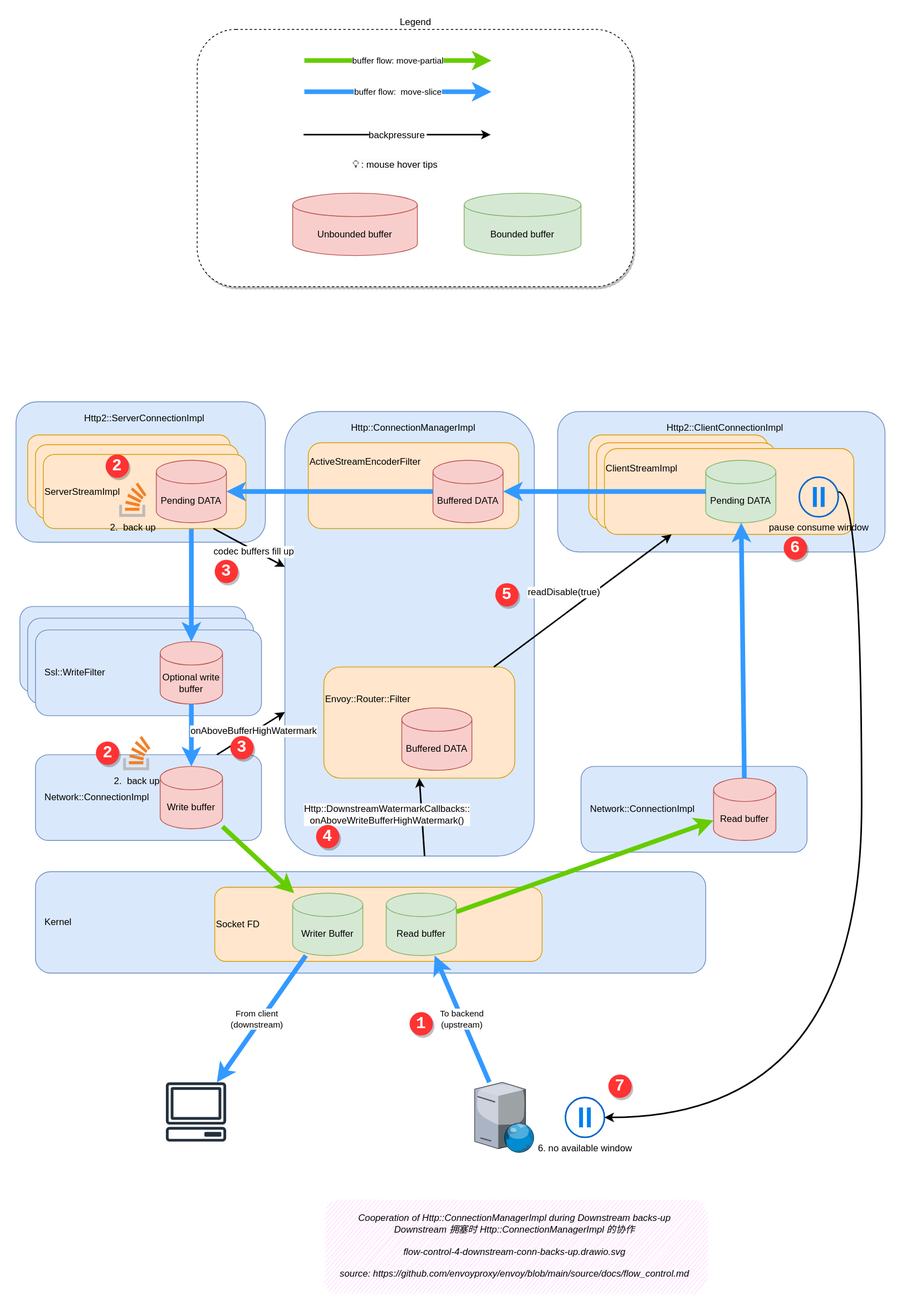
labilezhu/istio-insider keeps this draw.io diagram as docs/source/ch2-envoy/arch/flow-control/flow-control-4-downstream-conn-backs-up.drawio.svg. Above is the earlier version. Source tidied: cells renumbered, new cells last; positions are measured from the earlier drawing's top-left corner, leaving out a move shared by most shapes.
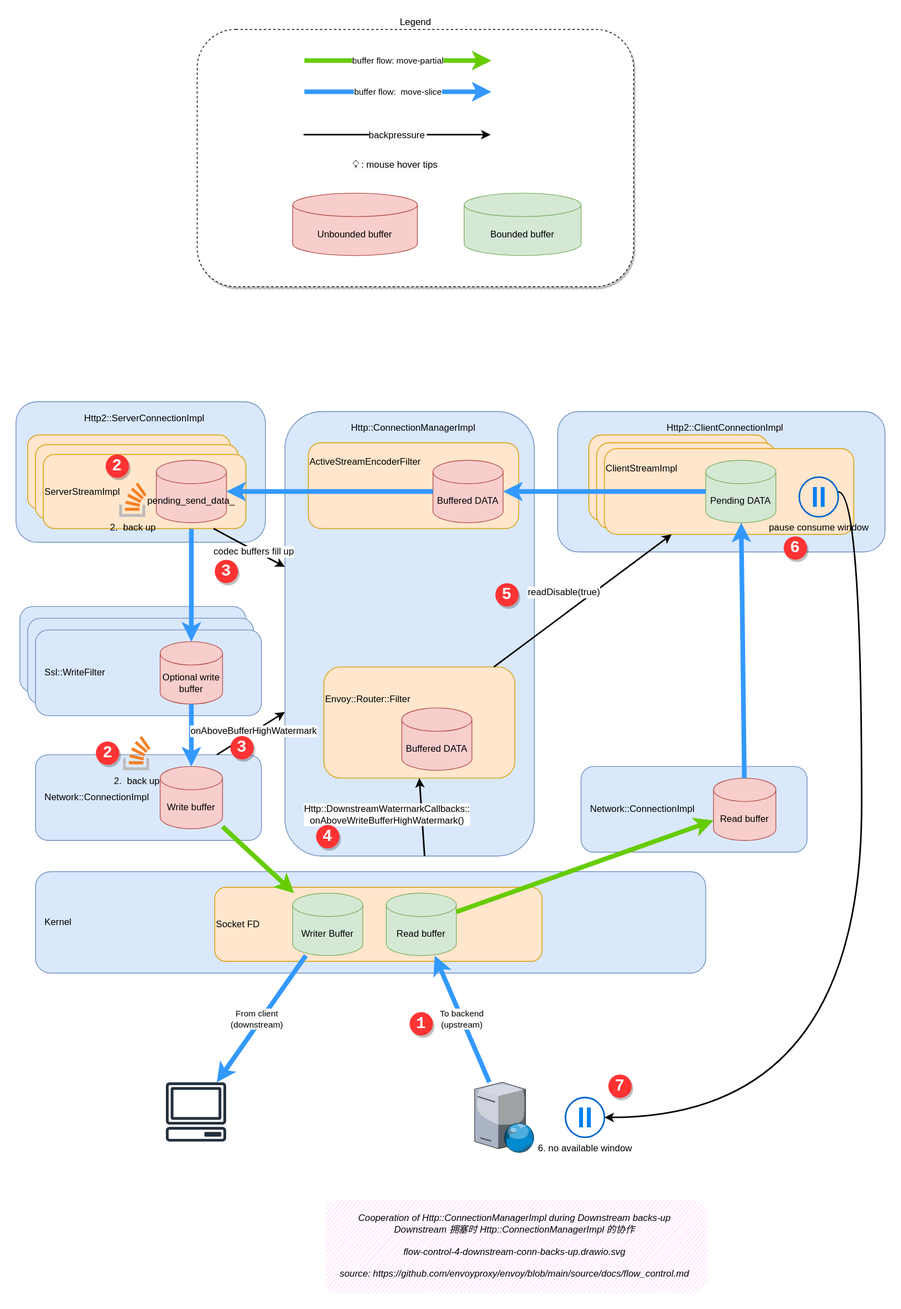
After the change.

The edit, as a diff of the source:
```diff
@@ -105,7 +105,7 @@
     <mxCell id="34" value="ServerStreamImpl" style="rounded=1;whiteSpace=wrap;html=1;align=left;fillColor=#ffe6cc;strokeColor=#d79b00;" parent="1" vertex="1">
       <mxGeometry x="35" y="545" width="260" height="95" as="geometry" />
     </mxCell>
-    <mxCell id="35" value="Pending DATA" style="shape=cylinder3;whiteSpace=wrap;html=1;boundedLbl=1;backgroundOutline=1;size=15;fillColor=#f8cecc;strokeColor=#b85450;" parent="1" vertex="1">
+    <mxCell id="35" value="pending_send_data_" style="shape=cylinder3;whiteSpace=wrap;html=1;boundedLbl=1;backgroundOutline=1;size=15;fillColor=#f8cecc;strokeColor=#b85450;" parent="1" vertex="1">
       <mxGeometry x="180" y="552.5" width="90" height="80" as="geometry" />
     </mxCell>
     <mxCell id="36" style="rounded=1;whiteSpace=wrap;html=1;align=left;fillColor=#ffe6cc;strokeColor=#d79b00;" parent="1" vertex="1">
```
